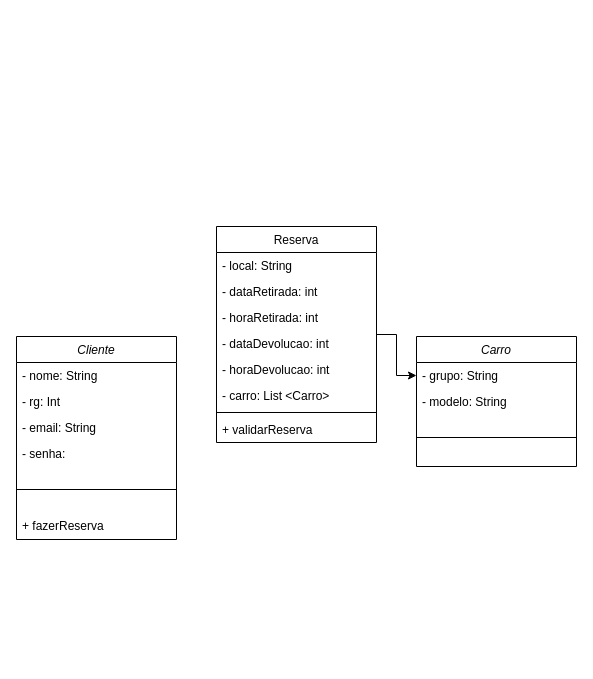
Alessandra-Moreira/bertoti keeps this draw.io diagram as engenharia_de_software/Diagrama sem nome.drawio. Above is the earlier version. Source tidied: cells renumbered, new cells numbered last; positions are measured from the earlier drawing's top-left corner, leaving out a move shared by most shapes. Both pictures are drawn from the tidied source at 100%, with x=0, y=0 at pixel (16, 226).
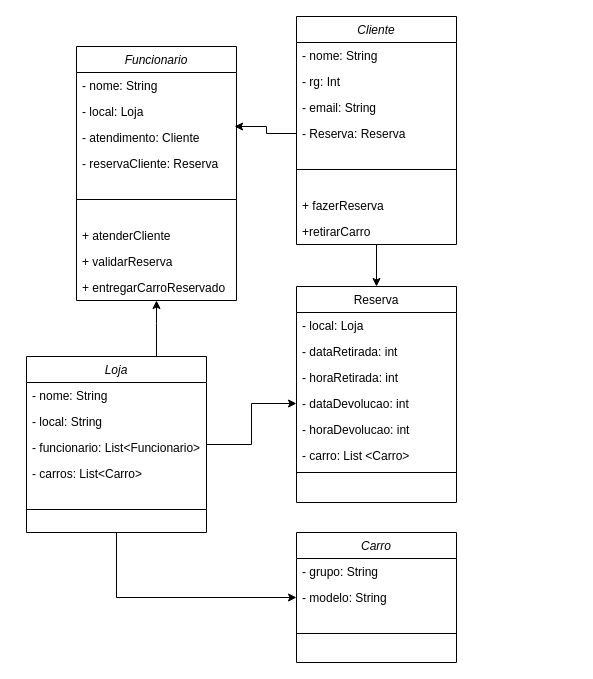
The same diagram, later.

The change refers to these unchanged cells:
```xml
<mxCell id="14" value="- dataDevolucao: int" style="text;align=left;verticalAlign=top;spacingLeft=4;spacingRight=4;overflow=hidden;points=[[0,0.5],[1,0.5]];portConstraint=eastwest;rounded=0;shadow=0;html=0;" parent="10" vertex="1">
  <mxGeometry y="104" width="160" height="26" as="geometry" />
</mxCell>
<mxCell id="20" value="- grupo: String" style="text;align=left;verticalAlign=top;spacingLeft=4;spacingRight=4;overflow=hidden;points=[[0,0.5],[1,0.5]];portConstraint=eastwest;rounded=0;shadow=0;html=0;" parent="19" vertex="1">
  <mxGeometry y="26" width="160" height="26" as="geometry" />
</mxCell>
<mxCell id="21" value="- modelo: String" style="text;align=left;verticalAlign=top;spacingLeft=4;spacingRight=4;overflow=hidden;points=[[0,0.5],[1,0.5]];portConstraint=eastwest;rounded=0;shadow=0;html=0;" parent="19" vertex="1">
  <mxGeometry y="52" width="160" height="26" as="geometry" />
</mxCell>
```

Change to the diagram source:
```diff
@@
+    <mxCell id="23" style="edgeStyle=orthogonalEdgeStyle;rounded=0;jettySize=auto;html=1;" parent="1" edge="1" source="2" target="10">
+      <mxGeometry relative="1" as="geometry" />
+    </mxCell>
     <mxCell id="2" value="Cliente" style="swimlane;fontStyle=2;align=center;verticalAlign=top;horizontal=1;startSize=26;rounded=0;shadow=0;strokeWidth=1;" parent="1" vertex="1">
-      <mxGeometry y="110" width="160" height="203" as="geometry" />
+      <mxGeometry x="280" y="-210" width="160" height="228" as="geometry" />
     </mxCell>
@@
-    <mxCell id="6" value="- senha: " style="text;align=left;verticalAlign=top;spacingLeft=4;spacingRight=4;overflow=hidden;rounded=0;shadow=0;html=0;" parent="2" vertex="1">
-      <mxGeometry y="104" width="160" height="26" as="geometry" />
-    </mxCell>
+    <mxCell id="24" value="- Reserva: Reserva" style="text;align=left;verticalAlign=top;spacingLeft=4;spacingRight=4;overflow=hidden;points=[[0,0.5],[1,0.5]];portConstraint=eastwest;rounded=0;shadow=0;html=0;" parent="2" vertex="1">
+      <mxGeometry y="104" width="160" height="26" as="geometry" />
+    </mxCell>
@@
+    <mxCell id="25" value="+ fazerReserva" style="text;align=left;verticalAlign=top;spacingLeft=4;spacingRight=4;overflow=hidden;" parent="2" vertex="1">
+      <mxGeometry y="176" width="160" height="26" as="geometry" />
+    </mxCell>
-    <mxCell id="8" value="+ fazerReserva" style="text;align=left;verticalAlign=top;spacingLeft=4;spacingRight=4;overflow=hidden;" parent="2" vertex="1">
-      <mxGeometry y="176" width="160" height="26" as="geometry" />
+    <mxCell id="8" value="+retirarCarro" style="text;align=left;verticalAlign=top;spacingLeft=4;spacingRight=4;overflow=hidden;" parent="2" vertex="1">
+      <mxGeometry y="202" width="160" height="26" as="geometry" />
     </mxCell>
-    <mxCell id="9" style="edgeStyle=orthogonalEdgeStyle;rounded=0;jettySize=auto;html=1;" parent="1" edge="1" source="10" target="20">
-      <mxGeometry relative="1" as="geometry" />
-    </mxCell>
     <mxCell id="10" value="Reserva" style="swimlane;fontStyle=0;align=center;verticalAlign=top;horizontal=1;startSize=26;rounded=0;shadow=0;strokeWidth=1;" parent="1" vertex="1">
-      <mxGeometry x="200" width="160" height="216" as="geometry" />
+      <mxGeometry x="280" y="60" width="160" height="216" as="geometry" />
     </mxCell>
-    <mxCell id="11" value="- local: String" style="text;align=left;verticalAlign=top;spacingLeft=4;spacingRight=4;overflow=hidden;" parent="10" vertex="1">
+    <mxCell id="11" value="- local: Loja" style="text;align=left;verticalAlign=top;spacingLeft=4;spacingRight=4;overflow=hidden;" parent="10" vertex="1">
       <mxGeometry y="26" width="160" height="26" as="geometry" />
     </mxCell>
@@
-    <mxCell id="18" value="+ validarReserva" style="text;align=left;verticalAlign=top;spacingLeft=4;spacingRight=4;overflow=hidden;" parent="10" vertex="1">
-      <mxGeometry y="190" width="160" height="26" as="geometry" />
-    </mxCell>
     <mxCell id="19" value="Carro" style="swimlane;fontStyle=2;align=center;verticalAlign=top;horizontal=1;startSize=26;rounded=0;shadow=0;strokeWidth=1;" parent="1" vertex="1">
-      <mxGeometry x="400" y="110" width="160" height="130" as="geometry" />
+      <mxGeometry x="280" y="306" width="160" height="130" as="geometry" />
     </mxCell>
@@
+    <mxCell id="26" style="edgeStyle=orthogonalEdgeStyle;rounded=0;jettySize=auto;html=1;" parent="1" edge="1" source="29" target="14">
+      <mxGeometry relative="1" as="geometry" />
+    </mxCell>
+    <mxCell id="27" style="edgeStyle=orthogonalEdgeStyle;rounded=0;jettySize=auto;html=1;" parent="1" edge="1" source="29" target="42">
+      <mxGeometry relative="1" as="geometry">
+        <Array as="points">
+          <mxPoint x="140" y="97" />
+          <mxPoint x="140" y="97" />
+        </Array>
+      </mxGeometry>
+    </mxCell>
+    <mxCell id="28" style="edgeStyle=orthogonalEdgeStyle;rounded=0;jettySize=auto;html=1;entryX=0;entryY=0.5;entryDx=0;entryDy=0;" parent="1" edge="1" source="29" target="21">
+      <mxGeometry relative="1" as="geometry" />
+    </mxCell>
+    <mxCell id="29" value="Loja" style="swimlane;fontStyle=2;align=center;verticalAlign=top;horizontal=1;startSize=26;rounded=0;shadow=0;strokeWidth=1;" parent="1" vertex="1">
+      <mxGeometry x="10" y="130" width="180" height="176" as="geometry" />
+    </mxCell>
+    <mxCell id="30" value="- nome: String" style="text;align=left;verticalAlign=top;spacingLeft=4;spacingRight=4;overflow=hidden;rounded=0;shadow=0;html=0;" parent="29" vertex="1">
+      <mxGeometry y="26" width="180" height="26" as="geometry" />
+    </mxCell>
+    <mxCell id="31" value="- local: String" style="text;align=left;verticalAlign=top;spacingLeft=4;spacingRight=4;overflow=hidden;rounded=0;shadow=0;html=0;" parent="29" vertex="1">
+      <mxGeometry y="52" width="180" height="26" as="geometry" />
+    </mxCell>
+    <mxCell id="32" value="- funcionario: List&lt;Funcionario&gt;" style="text;align=left;verticalAlign=top;spacingLeft=4;spacingRight=4;overflow=hidden;rounded=0;shadow=0;html=0;" parent="29" vertex="1">
+      <mxGeometry y="78" width="180" height="26" as="geometry" />
+    </mxCell>
+    <mxCell id="33" value="- carros: List&lt;Carro&gt;" style="text;align=left;verticalAlign=top;spacingLeft=4;spacingRight=4;overflow=hidden;rounded=0;shadow=0;html=0;" parent="29" vertex="1">
+      <mxGeometry y="104" width="180" height="26" as="geometry" />
+    </mxCell>
+    <mxCell id="34" style="line;html=1;strokeWidth=1;align=left;verticalAlign=middle;spacingTop=-1;spacingLeft=3;spacingRight=3;labelPosition=right;" parent="29" vertex="1">
+      <mxGeometry y="130" width="180" height="46" as="geometry" />
+    </mxCell>
+    <mxCell id="35" value="Funcionario" style="swimlane;fontStyle=2;align=center;verticalAlign=top;horizontal=1;startSize=26;rounded=0;shadow=0;strokeWidth=1;" parent="1" vertex="1">
+      <mxGeometry x="60" y="-180" width="160" height="254" as="geometry" />
+    </mxCell>
+    <mxCell id="36" value="- nome: String" style="text;align=left;verticalAlign=top;spacingLeft=4;spacingRight=4;overflow=hidden;rounded=0;shadow=0;html=0;" parent="35" vertex="1">
+      <mxGeometry y="26" width="160" height="26" as="geometry" />
+    </mxCell>
+    <mxCell id="37" value="- local: Loja" style="text;align=left;verticalAlign=top;spacingLeft=4;spacingRight=4;overflow=hidden;rounded=0;shadow=0;html=0;" parent="35" vertex="1">
+      <mxGeometry y="52" width="160" height="26" as="geometry" />
+    </mxCell>
+    <mxCell id="38" value="- atendimento: Cliente" style="text;align=left;verticalAlign=top;spacingLeft=4;spacingRight=4;overflow=hidden;points=[[0,0.5],[1,0.5]];portConstraint=eastwest;rounded=0;shadow=0;html=0;" parent="35" vertex="1">
+      <mxGeometry y="78" width="160" height="26" as="geometry" />
+    </mxCell>
+    <mxCell id="39" value="- reservaCliente: Reserva" style="text;align=left;verticalAlign=top;spacingLeft=4;spacingRight=4;overflow=hidden;rounded=0;shadow=0;html=0;" parent="35" vertex="1">
+      <mxGeometry y="104" width="160" height="26" as="geometry" />
+    </mxCell>
+    <mxCell id="40" style="line;html=1;strokeWidth=1;align=left;verticalAlign=middle;spacingTop=-1;spacingLeft=3;spacingRight=3;labelPosition=right;" parent="35" vertex="1">
+      <mxGeometry y="130" width="160" height="46" as="geometry" />
+    </mxCell>
+    <mxCell id="41" value="+ atenderCliente" style="text;align=left;verticalAlign=top;spacingLeft=4;spacingRight=4;overflow=hidden;rounded=0;shadow=0;html=0;" parent="35" vertex="1">
+      <mxGeometry y="176" width="160" height="26" as="geometry" />
+    </mxCell>
+    <mxCell id="18" value="+ validarReserva" style="text;align=left;verticalAlign=top;spacingLeft=4;spacingRight=4;overflow=hidden;" parent="35" vertex="1">
+      <mxGeometry y="202" width="160" height="26" as="geometry" />
+    </mxCell>
+    <mxCell id="42" value="+ entregarCarroReservado" style="text;align=left;verticalAlign=top;spacingLeft=4;spacingRight=4;overflow=hidden;points=[[0,0.5],[1,0.5]];portConstraint=eastwest;rounded=0;shadow=0;html=0;" parent="35" vertex="1">
+      <mxGeometry y="228" width="160" height="26" as="geometry" />
+    </mxCell>
+    <mxCell id="43" style="edgeStyle=orthogonalEdgeStyle;rounded=0;jettySize=auto;html=1;entryX=0.988;entryY=0.077;entryDx=0;entryDy=0;entryPerimeter=0;" parent="1" edge="1" source="24" target="38">
+      <mxGeometry relative="1" as="geometry" />
+    </mxCell>
```
